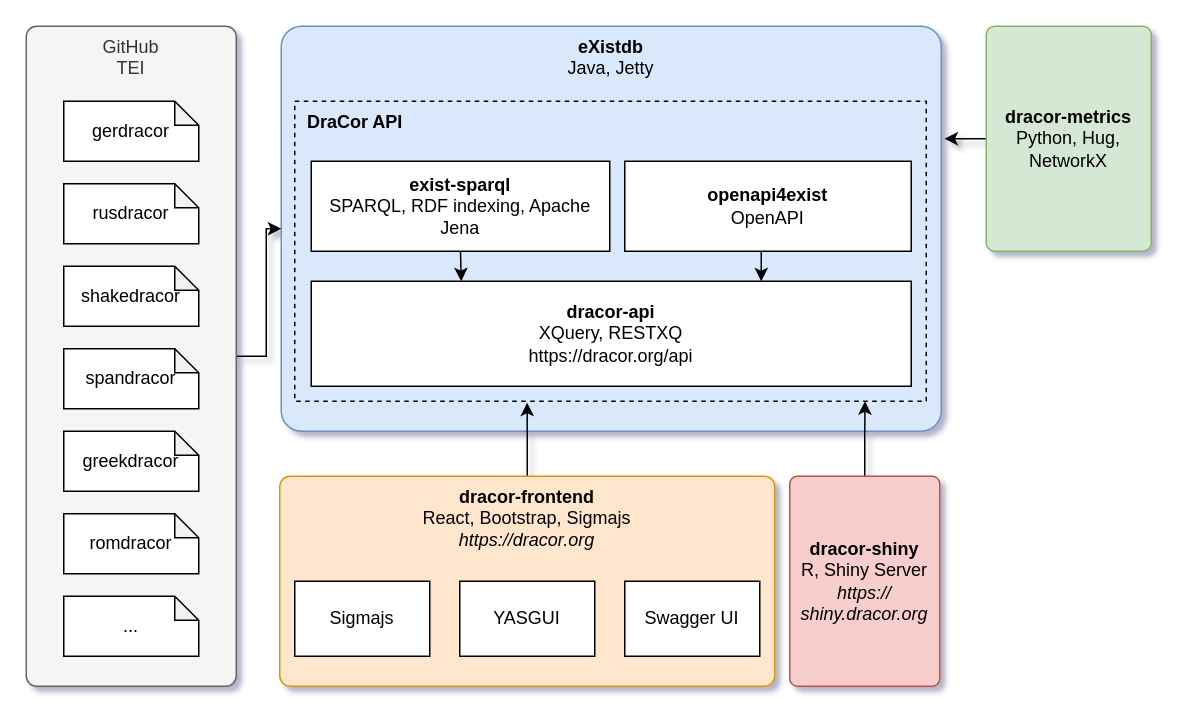
The draw.io diagram dracor.drawio.xml in dracor-org/dracor-api, before the edit. Source tidied: cells renumbered, new cells numbered last; positions are measured from the earlier drawing's top-left corner, leaving out a move shared by most shapes. Both pictures are drawn from the tidied source at 150%, with x=0, y=0 at pixel (26, 26).
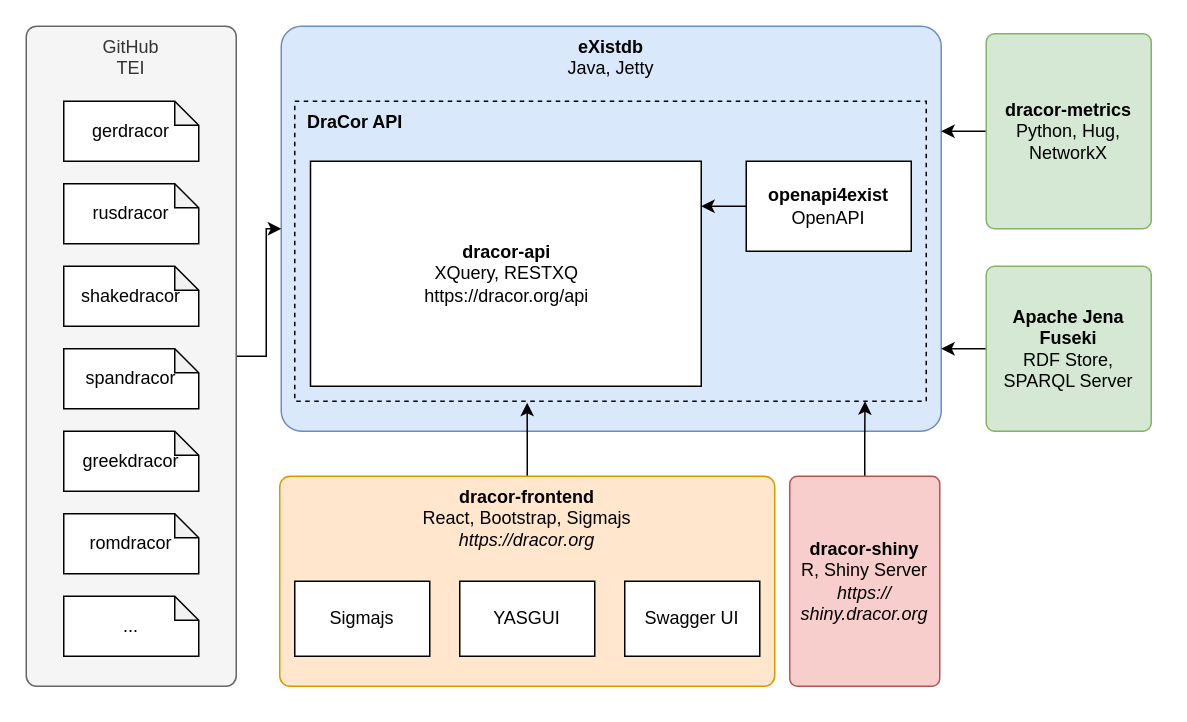
Above is the later version.

Commit message (it also covers changes not shown here):
Update architecture diagram

Unchanged cells that the change refers to:
```xml
<mxCell id="2" value="&lt;b&gt;eXistdb&lt;/b&gt;&lt;br&gt;Java, Jetty&lt;br&gt;" style="rounded=1;whiteSpace=wrap;html=1;fillColor=#dae8fc;strokeColor=#6c8ebf;arcSize=5;glass=0;shadow=0;verticalAlign=top;" parent="1" vertex="1">
  <mxGeometry x="170" width="440" height="270" as="geometry" />
</mxCell>
```

Diff of the diagram source:
```diff
@@
-<mxGraphModel shadow="1">
+<mxGraphModel>
@@
     <mxCell id="4" value="&lt;b&gt;dracor-api&lt;/b&gt;&lt;br&gt;XQuery, RESTXQ&lt;br&gt;https://dracor.org/api&lt;br&gt;" style="rounded=0;whiteSpace=wrap;html=1;shadow=0;glass=0;" parent="1" vertex="1">
-      <mxGeometry x="190" y="170" width="400" height="70" as="geometry" />
+      <mxGeometry x="189.5" y="90" width="260.5" height="150" as="geometry" />
     </mxCell>
-    <mxCell id="5" style="edgeStyle=orthogonalEdgeStyle;rounded=0;jettySize=auto;html=1;exitX=0.5;exitY=1;exitDx=0;exitDy=0;entryX=0.25;entryY=0;entryDx=0;entryDy=0;" parent="1" edge="1" source="6" target="4">
-      <mxGeometry relative="1" as="geometry" />
-    </mxCell>
-    <mxCell id="6" value="&lt;b&gt;exist-sparql&lt;/b&gt;&lt;br&gt;SPARQL, RDF indexing, Apache Jena&lt;br&gt;" style="rounded=0;whiteSpace=wrap;html=1;shadow=0;glass=0;" parent="1" vertex="1">
-      <mxGeometry x="190" y="90" width="199" height="60" as="geometry" />
-    </mxCell>
-    <mxCell id="7" style="edgeStyle=orthogonalEdgeStyle;rounded=0;jettySize=auto;html=1;exitX=0.5;exitY=1;exitDx=0;exitDy=0;entryX=0.75;entryY=0;entryDx=0;entryDy=0;" parent="1" edge="1" source="8" target="4">
-      <mxGeometry relative="1" as="geometry" />
+    <mxCell id="7" style="edgeStyle=orthogonalEdgeStyle;rounded=0;jettySize=auto;html=1;" parent="1" edge="1" source="8" target="4">
+      <mxGeometry relative="1" as="geometry">
+        <Array as="points">
+          <mxPoint x="450" y="120" />
+          <mxPoint x="450" y="120" />
+        </Array>
+      </mxGeometry>
     </mxCell>
     <mxCell id="8" value="&lt;b&gt;openapi4exist&lt;br&gt;&lt;/b&gt;OpenAPI&lt;br&gt;" style="rounded=0;whiteSpace=wrap;html=1;shadow=0;glass=0;" parent="1" vertex="1">
-      <mxGeometry x="399" y="90" width="191" height="60" as="geometry" />
+      <mxGeometry x="480" y="90" width="110" height="60" as="geometry" />
     </mxCell>
-    <mxCell id="9" style="edgeStyle=orthogonalEdgeStyle;rounded=0;jettySize=auto;html=1;exitX=0;exitY=0.5;exitDx=0;exitDy=0;entryX=1.005;entryY=0.278;entryDx=0;entryDy=0;entryPerimeter=0;" parent="1" edge="1" source="10" target="2">
-      <mxGeometry relative="1" as="geometry" />
+    <mxCell id="9" style="edgeStyle=orthogonalEdgeStyle;rounded=0;jettySize=auto;html=1;exitX=0;exitY=0.5;exitDx=0;exitDy=0;" parent="1" edge="1" source="10">
+      <mxGeometry relative="1" as="geometry">
+        <mxPoint x="610" y="70" as="targetPoint" />
+        <Array as="points">
+          <mxPoint x="630" y="70" />
+          <mxPoint x="630" y="70" />
+        </Array>
+      </mxGeometry>
     </mxCell>
     <mxCell id="10" value="&lt;b&gt;dracor-metrics&lt;/b&gt;&lt;br&gt;Python, Hug, NetworkX&lt;br&gt;" style="rounded=1;whiteSpace=wrap;html=1;shadow=0;glass=0;fillColor=#d5e8d4;align=center;strokeColor=#82b366;arcSize=5;" parent="1" vertex="1">
-      <mxGeometry x="640" width="110" height="150" as="geometry" />
+      <mxGeometry x="640" y="5" width="110" height="130" as="geometry" />
     </mxCell>
@@
+    <mxCell id="27" style="edgeStyle=orthogonalEdgeStyle;rounded=0;jettySize=auto;html=1;" parent="1" edge="1" source="28">
+      <mxGeometry relative="1" as="geometry">
+        <mxPoint x="610" y="215" as="targetPoint" />
+      </mxGeometry>
+    </mxCell>
+    <mxCell id="28" value="&lt;b&gt;Apache Jena Fuseki&lt;/b&gt;&lt;br&gt;RDF Store, SPARQL Server" style="rounded=1;whiteSpace=wrap;html=1;shadow=0;glass=0;fillColor=#d5e8d4;align=center;strokeColor=#82b366;arcSize=5;" parent="1" vertex="1">
+      <mxGeometry x="640" y="160" width="110" height="110" as="geometry" />
+    </mxCell>
```
